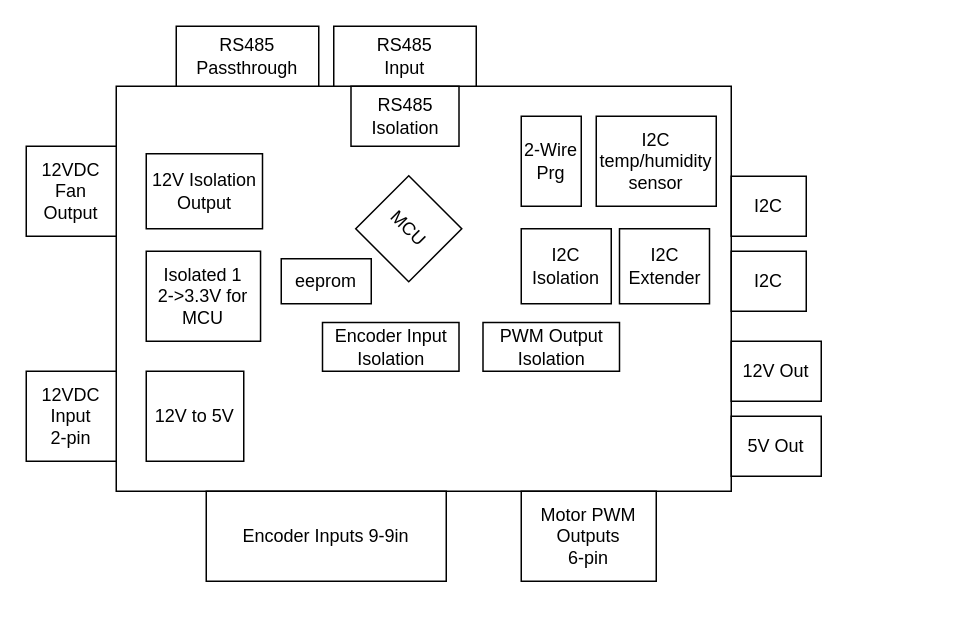
jrseti/pcbs keeps this draw.io diagram as jrdish_axis_controller/docs/board_diagram.drawio. Above is the earlier version. Source tidied: cells renumbered, new cells numbered last; positions are measured from the earlier drawing's top-left corner, leaving out a move shared by most shapes. Both pictures are drawn from the tidied source at 150%, with x=0, y=0 at pixel (26, 26).
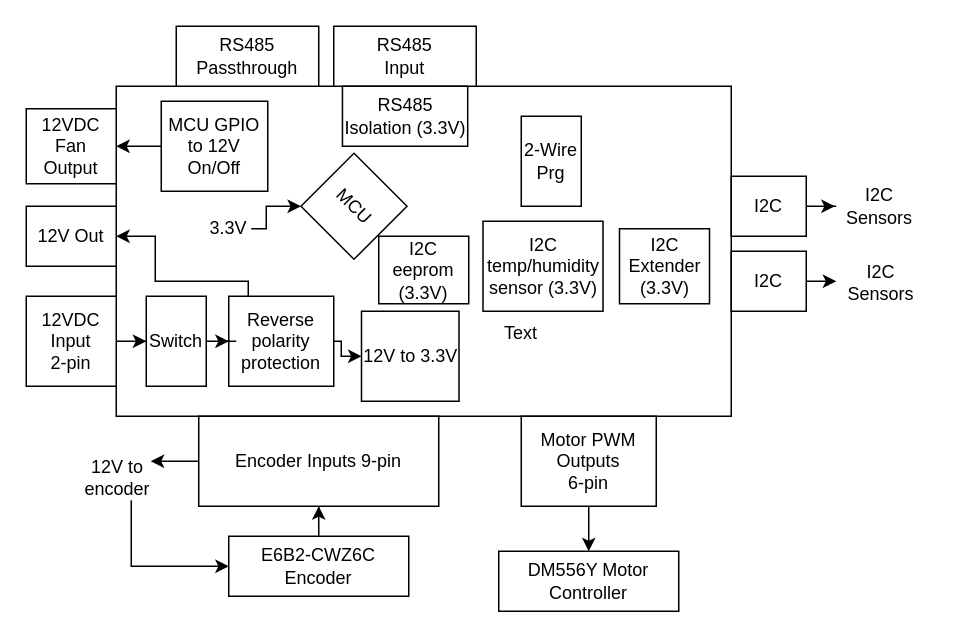
The same diagram, later.

The change refers to these unchanged cells:
```xml
<mxCell id="8" value="I2C" style="rounded=0;whiteSpace=wrap;html=1;" parent="1" vertex="1">
  <mxGeometry x="470" y="100" width="50" height="40" as="geometry" />
</mxCell>
<mxCell id="21" value="I2C" style="rounded=0;whiteSpace=wrap;html=1;" parent="1" vertex="1">
  <mxGeometry x="470" y="150" width="50" height="40" as="geometry" />
</mxCell>
```

Change to the diagram source:
```diff
@@
     <mxCell id="2" style="rounded=0;whiteSpace=wrap;html=1;" parent="1" vertex="1">
-      <mxGeometry x="60" y="40" width="410" height="270" as="geometry" />
+      <mxGeometry x="60" y="40" width="410" height="220" as="geometry" />
     </mxCell>
+    <mxCell id="25" style="edgeStyle=orthogonalEdgeStyle;rounded=0;jettySize=auto;html=1;entryX=0.5;entryY=0;entryDx=0;entryDy=0;" parent="1" edge="1" source="3" target="31">
+      <mxGeometry relative="1" as="geometry" />
+    </mxCell>
     <mxCell id="3" value="Motor PWM&lt;div&gt;Outputs&lt;/div&gt;&lt;div&gt;6-pin&lt;/div&gt;" style="rounded=0;whiteSpace=wrap;html=1;" parent="1" vertex="1">
-      <mxGeometry x="330" y="310" width="90" height="60" as="geometry" />
+      <mxGeometry x="330" y="260" width="90" height="60" as="geometry" />
     </mxCell>
-    <mxCell id="4" value="Encoder Inputs 9-9in" style="rounded=0;whiteSpace=wrap;html=1;" parent="1" vertex="1">
-      <mxGeometry x="120" y="310" width="160" height="60" as="geometry" />
+    <mxCell id="4" value="Encoder Inputs 9-p&lt;span style=&quot;background-color: transparent; color: light-dark(rgb(0, 0, 0), rgb(255, 255, 255));&quot;&gt;in&lt;/span&gt;" style="rounded=0;whiteSpace=wrap;html=1;" parent="1" vertex="1">
+      <mxGeometry x="115" y="260" width="160" height="60" as="geometry" />
     </mxCell>
+    <mxCell id="26" style="edgeStyle=orthogonalEdgeStyle;rounded=0;jettySize=auto;html=1;entryX=0;entryY=0.5;entryDx=0;entryDy=0;" parent="1" edge="1" source="5" target="44">
+      <mxGeometry relative="1" as="geometry" />
+    </mxCell>
     <mxCell id="5" value="12VDC Input&lt;div&gt;2-pin&lt;/div&gt;" style="rounded=0;whiteSpace=wrap;html=1;" parent="1" vertex="1">
-      <mxGeometry y="230" width="60" height="60" as="geometry" />
+      <mxGeometry y="180" width="60" height="60" as="geometry" />
     </mxCell>
@@
     <mxCell id="7" value="MCU" style="whiteSpace=wrap;html=1;rotation=45;" parent="1" vertex="1">
-      <mxGeometry x="230" y="110" width="50" height="50" as="geometry" />
+      <mxGeometry x="193.5" y="95" width="50" height="50" as="geometry" />
     </mxCell>
+    <mxCell id="27" style="edgeStyle=orthogonalEdgeStyle;rounded=0;jettySize=auto;html=1;" parent="1" edge="1" source="8" target="36">
+      <mxGeometry relative="1" as="geometry" />
+    </mxCell>
@@
     <mxCell id="10" value="12VDC&lt;div&gt;Fan&lt;/div&gt;&lt;div&gt;Output&lt;/div&gt;" style="rounded=0;whiteSpace=wrap;html=1;" parent="1" vertex="1">
-      <mxGeometry y="80" width="60" height="60" as="geometry" />
+      <mxGeometry y="55" width="60" height="50" as="geometry" />
     </mxCell>
@@
-    <mxCell id="12" value="RS485&lt;div&gt;Isolation&lt;/div&gt;" style="rounded=0;whiteSpace=wrap;html=1;" parent="1" vertex="1">
-      <mxGeometry x="216.5" y="40" width="72" height="40" as="geometry" />
+    <mxCell id="12" value="RS485&lt;div&gt;Isolation (3.3V)&lt;/div&gt;" style="rounded=0;whiteSpace=wrap;html=1;" parent="1" vertex="1">
+      <mxGeometry x="210.8" y="40" width="83.5" height="40" as="geometry" />
     </mxCell>
-    <mxCell id="13" value="I2C&lt;div&gt;Isolation&lt;/div&gt;" style="rounded=0;whiteSpace=wrap;html=1;" parent="1" vertex="1">
-      <mxGeometry x="330" y="135" width="60" height="50" as="geometry" />
-    </mxCell>
-    <mxCell id="14" value="12V Isolation&lt;div&gt;Output&lt;/div&gt;" style="rounded=0;whiteSpace=wrap;html=1;" parent="1" vertex="1">
-      <mxGeometry x="80" y="85" width="77.5" height="50" as="geometry" />
-    </mxCell>
-    <mxCell id="15" value="12V to 5V" style="rounded=0;whiteSpace=wrap;html=1;" parent="1" vertex="1">
-      <mxGeometry x="80" y="230" width="65" height="60" as="geometry" />
+    <mxCell id="15" value="12V to 3.3V" style="rounded=0;whiteSpace=wrap;html=1;" parent="1" vertex="1">
+      <mxGeometry x="223.5" y="190" width="65" height="60" as="geometry" />
     </mxCell>
-    <mxCell id="16" value="Isolated 1&lt;div&gt;2-&amp;gt;3.3V for MCU&lt;/div&gt;" style="rounded=0;whiteSpace=wrap;html=1;" parent="1" vertex="1">
-      <mxGeometry x="80" y="150" width="76.2" height="60" as="geometry" />
-    </mxCell>
-    <mxCell id="17" value="Encoder Input Isolation" style="rounded=0;whiteSpace=wrap;html=1;" parent="1" vertex="1">
-      <mxGeometry x="197.5" y="197.5" width="91" height="32.5" as="geometry" />
-    </mxCell>
-    <mxCell id="18" value="PWM Output&lt;div&gt;Isolation&lt;/div&gt;" style="rounded=0;whiteSpace=wrap;html=1;" parent="1" vertex="1">
-      <mxGeometry x="304.5" y="197.5" width="91" height="32.5" as="geometry" />
-    </mxCell>
     <mxCell id="19" value="12V Out" style="rounded=0;whiteSpace=wrap;html=1;" parent="1" vertex="1">
-      <mxGeometry x="470" y="210" width="60" height="40" as="geometry" />
+      <mxGeometry y="120" width="60" height="40" as="geometry" />
     </mxCell>
-    <mxCell id="20" value="5V Out" style="rounded=0;whiteSpace=wrap;html=1;" parent="1" vertex="1">
-      <mxGeometry x="470" y="260" width="60" height="40" as="geometry" />
-    </mxCell>
+    <mxCell id="28" style="edgeStyle=orthogonalEdgeStyle;rounded=0;jettySize=auto;html=1;" parent="1" edge="1" source="21" target="37">
+      <mxGeometry relative="1" as="geometry" />
+    </mxCell>
@@
-    <mxCell id="22" value="I2C&lt;div&gt;Extender&lt;/div&gt;" style="rounded=0;whiteSpace=wrap;html=1;" parent="1" vertex="1">
+    <mxCell id="22" value="I2C&lt;div&gt;Extender (3.3V)&lt;/div&gt;" style="rounded=0;whiteSpace=wrap;html=1;" parent="1" vertex="1">
       <mxGeometry x="395.5" y="135" width="60" height="50" as="geometry" />
     </mxCell>
-    <mxCell id="23" value="I2C temp/humidity&lt;div&gt;sensor&lt;/div&gt;" style="rounded=0;whiteSpace=wrap;html=1;" parent="1" vertex="1">
-      <mxGeometry x="380" y="60" width="80" height="60" as="geometry" />
+    <mxCell id="23" value="I2C temp/humidity&lt;div&gt;sensor (3.3V)&lt;/div&gt;" style="rounded=0;whiteSpace=wrap;html=1;" parent="1" vertex="1">
+      <mxGeometry x="304.5" y="130" width="80" height="60" as="geometry" />
     </mxCell>
-    <mxCell id="24" value="eeprom" style="rounded=0;whiteSpace=wrap;html=1;" parent="1" vertex="1">
-      <mxGeometry x="170" y="155" width="60" height="30" as="geometry" />
+    <mxCell id="24" value="I2C eeprom (3.3V)" style="rounded=0;whiteSpace=wrap;html=1;" parent="1" vertex="1">
+      <mxGeometry x="235" y="140" width="60" height="45" as="geometry" />
     </mxCell>
+    <mxCell id="29" style="edgeStyle=orthogonalEdgeStyle;rounded=0;jettySize=auto;html=1;entryX=0;entryY=0.5;entryDx=0;entryDy=0;" parent="1" edge="1" source="30" target="33">
+      <mxGeometry relative="1" as="geometry">
+        <Array as="points">
+          <mxPoint x="70" y="360" />
+        </Array>
+      </mxGeometry>
+    </mxCell>
+    <mxCell id="30" value="12V to encoder" style="text;html=1;whiteSpace=wrap;strokeColor=none;fillColor=none;align=center;verticalAlign=middle;rounded=0;" parent="1" vertex="1">
+      <mxGeometry x="31" y="286" width="60" height="30" as="geometry" />
+    </mxCell>
+    <mxCell id="31" value="DM556Y Motor Controller" style="rounded=0;whiteSpace=wrap;html=1;" parent="1" vertex="1">
+      <mxGeometry x="315" y="350" width="120" height="40" as="geometry" />
+    </mxCell>
+    <mxCell id="32" style="edgeStyle=orthogonalEdgeStyle;rounded=0;jettySize=auto;html=1;entryX=0.5;entryY=1;entryDx=0;entryDy=0;" parent="1" edge="1" source="33" target="4">
+      <mxGeometry relative="1" as="geometry" />
+    </mxCell>
+    <mxCell id="33" value="E6B2-CWZ6C Encoder" style="rounded=0;whiteSpace=wrap;html=1;" parent="1" vertex="1">
+      <mxGeometry x="135" y="340" width="120" height="40" as="geometry" />
+    </mxCell>
+    <mxCell id="34" style="edgeStyle=orthogonalEdgeStyle;rounded=0;jettySize=auto;html=1;exitX=0;exitY=0.5;exitDx=0;exitDy=0;entryX=0.867;entryY=0.117;entryDx=0;entryDy=0;entryPerimeter=0;" parent="1" edge="1" source="4" target="30">
+      <mxGeometry relative="1" as="geometry" />
+    </mxCell>
+    <mxCell id="35" value="Text" style="text;html=1;whiteSpace=wrap;strokeColor=none;fillColor=none;align=center;verticalAlign=middle;rounded=0;" parent="1" vertex="1">
+      <mxGeometry x="300" y="190" width="60" height="30" as="geometry" />
+    </mxCell>
+    <mxCell id="36" value="I2C&lt;div&gt;Sensors&lt;/div&gt;" style="text;html=1;whiteSpace=wrap;strokeColor=none;fillColor=none;align=center;verticalAlign=middle;rounded=0;" parent="1" vertex="1">
+      <mxGeometry x="539" y="105" width="60" height="30" as="geometry" />
+    </mxCell>
+    <mxCell id="37" value="I2C&lt;div&gt;Sensors&lt;/div&gt;" style="text;html=1;whiteSpace=wrap;strokeColor=none;fillColor=none;align=center;verticalAlign=middle;rounded=0;" parent="1" vertex="1">
+      <mxGeometry x="540" y="155.5" width="60" height="30" as="geometry" />
+    </mxCell>
+    <mxCell id="38" style="edgeStyle=orthogonalEdgeStyle;rounded=0;jettySize=auto;html=1;" parent="1" edge="1" source="39" target="10">
+      <mxGeometry relative="1" as="geometry" />
+    </mxCell>
+    <mxCell id="39" value="MCU GPIO to 12V On/Off" style="rounded=0;whiteSpace=wrap;html=1;" parent="1" vertex="1">
+      <mxGeometry x="90" y="50" width="71" height="60" as="geometry" />
+    </mxCell>
+    <mxCell id="40" style="edgeStyle=orthogonalEdgeStyle;rounded=0;jettySize=auto;html=1;entryX=1;entryY=0.5;entryDx=0;entryDy=0;" parent="1" edge="1" source="42" target="19">
+      <mxGeometry relative="1" as="geometry">
+        <Array as="points">
+          <mxPoint x="148" y="170" />
+          <mxPoint x="86" y="170" />
+          <mxPoint x="86" y="140" />
+        </Array>
+      </mxGeometry>
+    </mxCell>
+    <mxCell id="41" style="edgeStyle=orthogonalEdgeStyle;rounded=0;jettySize=auto;html=1;entryX=0;entryY=0.5;entryDx=0;entryDy=0;" parent="1" edge="1" source="42" target="15">
+      <mxGeometry relative="1" as="geometry">
+        <Array as="points">
+          <mxPoint x="210" y="210" />
+          <mxPoint x="210" y="220" />
+        </Array>
+      </mxGeometry>
+    </mxCell>
+    <mxCell id="42" value="Reverse polarity protection" style="rounded=0;whiteSpace=wrap;html=1;" parent="1" vertex="1">
+      <mxGeometry x="135" y="180" width="70" height="60" as="geometry" />
+    </mxCell>
+    <mxCell id="43" style="edgeStyle=orthogonalEdgeStyle;rounded=0;jettySize=auto;html=1;entryX=0;entryY=0.5;entryDx=0;entryDy=0;" parent="1" edge="1" source="44" target="42">
+      <mxGeometry relative="1" as="geometry" />
+    </mxCell>
+    <mxCell id="44" value="Switch" style="rounded=0;whiteSpace=wrap;html=1;" parent="1" vertex="1">
+      <mxGeometry x="80" y="180" width="40" height="60" as="geometry" />
+    </mxCell>
+    <mxCell id="45" style="edgeStyle=orthogonalEdgeStyle;rounded=0;jettySize=auto;html=1;entryX=0;entryY=1;entryDx=0;entryDy=0;" parent="1" edge="1" source="46" target="7">
+      <mxGeometry relative="1" as="geometry">
+        <Array as="points">
+          <mxPoint x="160" y="135" />
+          <mxPoint x="160" y="120" />
+          <mxPoint x="183" y="120" />
+        </Array>
+      </mxGeometry>
+    </mxCell>
+    <mxCell id="46" value="3.3V" style="text;html=1;whiteSpace=wrap;strokeColor=none;fillColor=none;align=center;verticalAlign=middle;rounded=0;" parent="1" vertex="1">
+      <mxGeometry x="120" y="120" width="30" height="30" as="geometry" />
+    </mxCell>
```
